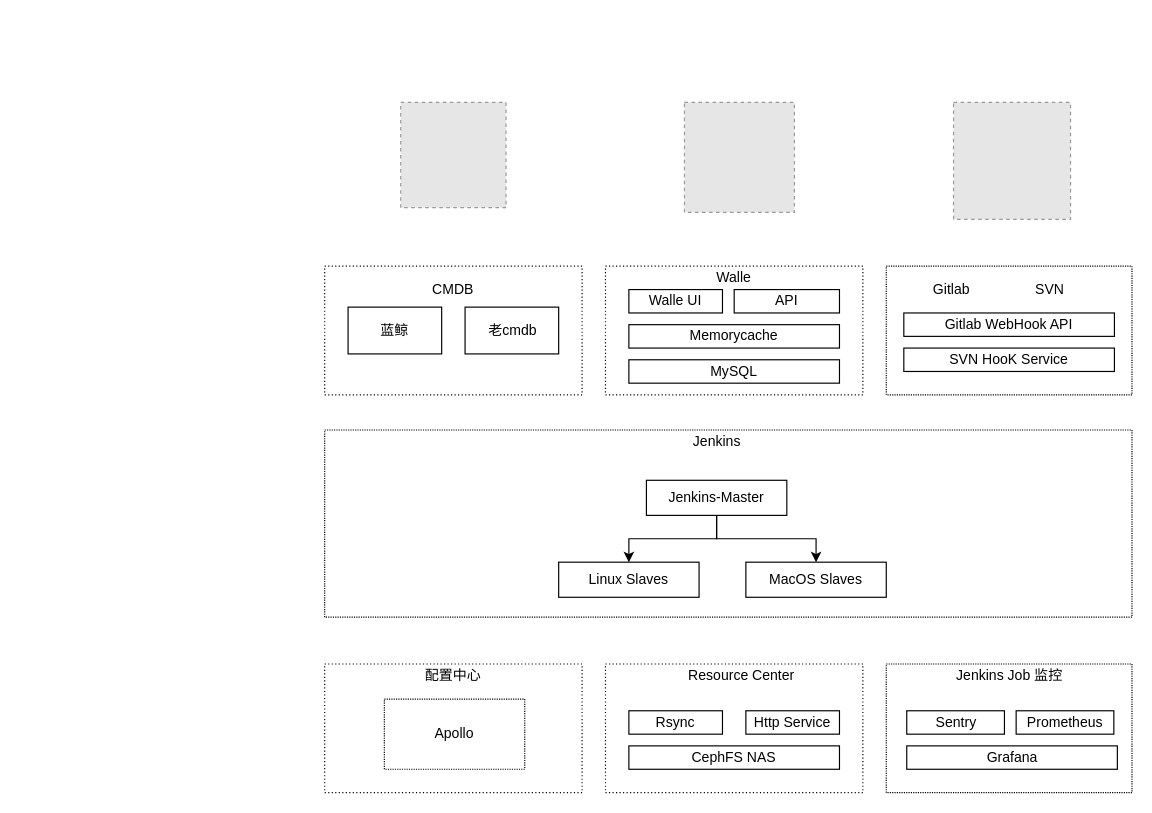
This is Untitled Diagram.drawio from Armand-zsh/huashan, a draw.io file, before an edit. Source tidied: cells renumbered, new cells numbered last; positions are measured from the earlier drawing's top-left corner, leaving out a move shared by most shapes. Both pictures are drawn from the tidied source at 117%, with x=0, y=0 at pixel (324, 102). Pictures stored in the file or linked from it are replaced by grey dashed boxes.
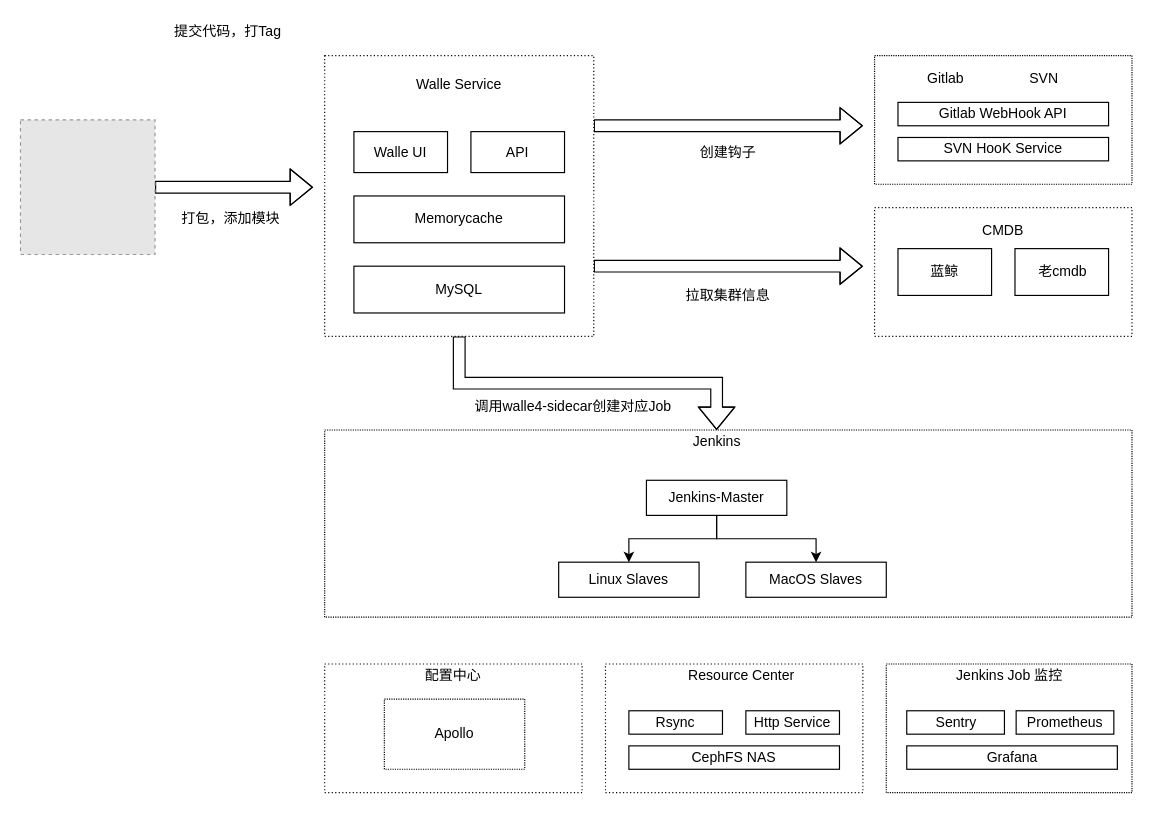
The same page after the edit.

The change refers to these unchanged cells:
```xml
<mxCell id="17" value="Jenkins" style="text;html=1;strokeColor=none;fillColor=none;align=center;verticalAlign=middle;whiteSpace=wrap;rounded=0;" parent="1" vertex="1">
  <mxGeometry x="307.5" y="280" width="55" height="20" as="geometry" />
</mxCell>
```

What changed in the source:
```diff
@@
     <mxCell id="2" style="rounded=0;whiteSpace=wrap;html=1;dashed=1;dashPattern=1 2;" parent="1" vertex="1">
-      <mxGeometry y="140" width="220" height="110" as="geometry" />
+      <mxGeometry x="470" y="90" width="220" height="110" as="geometry" />
     </mxCell>
     <mxCell id="3" style="rounded=0;whiteSpace=wrap;html=1;" parent="1" vertex="1">
-      <mxGeometry x="20" y="175" width="80" height="40" as="geometry" />
+      <mxGeometry x="490" y="125" width="80" height="40" as="geometry" />
     </mxCell>
     <mxCell id="4" style="rounded=0;whiteSpace=wrap;html=1;" parent="1" vertex="1">
-      <mxGeometry x="120" y="175" width="80" height="40" as="geometry" />
+      <mxGeometry x="590" y="125" width="80" height="40" as="geometry" />
     </mxCell>
     <mxCell id="5" value="CMDB" style="text;html=1;strokeColor=none;fillColor=none;align=center;verticalAlign=middle;whiteSpace=wrap;rounded=0;" parent="1" vertex="1">
-      <mxGeometry x="75" y="150" width="70" height="20" as="geometry" />
+      <mxGeometry x="545" y="100" width="70" height="20" as="geometry" />
     </mxCell>
     <mxCell id="6" value="蓝鲸" style="text;html=1;strokeColor=none;fillColor=none;align=center;verticalAlign=middle;whiteSpace=wrap;rounded=0;" parent="1" vertex="1">
-      <mxGeometry x="40" y="185" width="40" height="20" as="geometry" />
+      <mxGeometry x="510" y="135" width="40" height="20" as="geometry" />
     </mxCell>
     <mxCell id="7" value="老cmdb" style="text;html=1;strokeColor=none;fillColor=none;align=center;verticalAlign=middle;whiteSpace=wrap;rounded=0;" parent="1" vertex="1">
-      <mxGeometry x="136" y="185" width="50" height="20" as="geometry" />
+      <mxGeometry x="606" y="135" width="50" height="20" as="geometry" />
     </mxCell>
+    <mxCell id="42" style="edgeStyle=orthogonalEdgeStyle;shape=flexArrow;rounded=0;jettySize=auto;html=1;exitX=0.5;exitY=1;exitDx=0;exitDy=0;entryX=0.5;entryY=0;entryDx=0;entryDy=0;" parent="1" edge="1" source="8" target="17">
+      <mxGeometry relative="1" as="geometry" />
+    </mxCell>
+    <mxCell id="43" style="edgeStyle=orthogonalEdgeStyle;shape=flexArrow;rounded=0;jettySize=auto;html=1;exitX=1;exitY=0.25;exitDx=0;exitDy=0;" parent="1" edge="1" source="8">
+      <mxGeometry relative="1" as="geometry">
+        <mxPoint x="460" y="20" as="targetPoint" />
+      </mxGeometry>
+    </mxCell>
+    <mxCell id="44" style="edgeStyle=orthogonalEdgeStyle;shape=flexArrow;rounded=0;jettySize=auto;html=1;exitX=1;exitY=0.75;exitDx=0;exitDy=0;" parent="1" edge="1" source="8">
+      <mxGeometry relative="1" as="geometry">
+        <mxPoint x="460" y="140" as="targetPoint" />
+      </mxGeometry>
+    </mxCell>
     <mxCell id="8" style="rounded=0;whiteSpace=wrap;html=1;dashed=1;dashPattern=1 2;" parent="1" vertex="1">
-      <mxGeometry x="240" y="140" width="220" height="110" as="geometry" />
+      <mxGeometry y="-40" width="230" height="240" as="geometry" />
     </mxCell>
-    <mxCell id="9" value="Walle" style="text;html=1;strokeColor=none;fillColor=none;align=center;verticalAlign=middle;whiteSpace=wrap;rounded=0;" parent="1" vertex="1">
-      <mxGeometry x="315" y="140" width="70" height="20" as="geometry" />
+    <mxCell id="9" value="Walle Service" style="text;html=1;strokeColor=none;fillColor=none;align=center;verticalAlign=middle;whiteSpace=wrap;rounded=0;" parent="1" vertex="1">
+      <mxGeometry x="60" y="-30" width="110" height="30" as="geometry" />
     </mxCell>
     <mxCell id="10" value="Walle UI" style="rounded=0;whiteSpace=wrap;html=1;" parent="1" vertex="1">
-      <mxGeometry x="260" y="160" width="80" height="20" as="geometry" />
+      <mxGeometry x="25" y="25" width="80" height="35" as="geometry" />
     </mxCell>
     <mxCell id="11" value="MySQL" style="rounded=0;whiteSpace=wrap;html=1;" parent="1" vertex="1">
-      <mxGeometry x="260" y="220" width="180" height="20" as="geometry" />
+      <mxGeometry x="25" y="140" width="180" height="40" as="geometry" />
     </mxCell>
     <mxCell id="12" value="Memorycache" style="rounded=0;whiteSpace=wrap;html=1;" parent="1" vertex="1">
-      <mxGeometry x="260" y="190" width="180" height="20" as="geometry" />
+      <mxGeometry x="25" y="80" width="180" height="40" as="geometry" />
     </mxCell>
-    <mxCell id="13" value="API" style="rounded=0;whiteSpace=wrap;html=1;" parent="1" vertex="1">
-      <mxGeometry x="350" y="160" width="90" height="20" as="geometry" />
-    </mxCell>
     <mxCell id="14" style="rounded=0;whiteSpace=wrap;html=1;dashed=1;dashPattern=1 1;" parent="1" vertex="1">
-      <mxGeometry x="480" y="140" width="210" height="110" as="geometry" />
+      <mxGeometry x="470" y="-40" width="220" height="110" as="geometry" />
     </mxCell>
     <mxCell id="15" value="Gitlab" style="text;html=1;strokeColor=none;fillColor=none;align=center;verticalAlign=middle;whiteSpace=wrap;rounded=0;" parent="1" vertex="1">
-      <mxGeometry x="516" y="150" width="40" height="20" as="geometry" />
+      <mxGeometry x="511" y="-30" width="40" height="20" as="geometry" />
     </mxCell>
@@
     <mxCell id="23" value="SVN" style="text;html=1;strokeColor=none;fillColor=none;align=center;verticalAlign=middle;whiteSpace=wrap;rounded=0;" parent="1" vertex="1">
-      <mxGeometry x="600" y="150" width="40" height="20" as="geometry" />
+      <mxGeometry x="595" y="-30" width="40" height="20" as="geometry" />
     </mxCell>
     <mxCell id="24" value="SVN HooK Service" style="rounded=0;whiteSpace=wrap;html=1;" parent="1" vertex="1">
-      <mxGeometry x="495" y="210" width="180" height="20" as="geometry" />
+      <mxGeometry x="490" y="30" width="180" height="20" as="geometry" />
     </mxCell>
     <mxCell id="25" value="Gitlab WebHook API" style="rounded=0;whiteSpace=wrap;html=1;" parent="1" vertex="1">
-      <mxGeometry x="495" y="180" width="180" height="20" as="geometry" />
+      <mxGeometry x="490" width="180" height="20" as="geometry" />
     </mxCell>
@@
-    <mxCell id="35" style="fillColor=#E6E6E6;strokeColor=#999999;dashed=1;html=1;verticalAlign=top;verticalLabelPosition=bottom;labelBackgroundColor=#ffffff;" parent="1" vertex="1">
-      <mxGeometry x="537.5" width="100" height="100" as="geometry" />
-    </mxCell>
-    <mxCell id="36" style="fillColor=#E6E6E6;strokeColor=#999999;dashed=1;html=1;verticalAlign=top;verticalLabelPosition=bottom;labelBackgroundColor=#ffffff;" parent="1" vertex="1">
-      <mxGeometry x="65" width="90" height="90" as="geometry" />
-    </mxCell>
-    <mxCell id="37" style="fillColor=#E6E6E6;strokeColor=#999999;dashed=1;html=1;verticalAlign=top;verticalLabelPosition=bottom;labelBackgroundColor=#ffffff;" parent="1" vertex="1">
-      <mxGeometry x="307.5" width="94" height="94" as="geometry" />
-    </mxCell>
@@
+    <mxCell id="13" value="API" style="rounded=0;whiteSpace=wrap;html=1;" parent="1" vertex="1">
+      <mxGeometry x="125" y="25" width="80" height="35" as="geometry" />
+    </mxCell>
+    <mxCell id="45" style="edgeStyle=orthogonalEdgeStyle;shape=flexArrow;curved=1;rounded=0;jettySize=auto;html=1;" parent="1" edge="1" source="46">
+      <mxGeometry relative="1" as="geometry">
+        <mxPoint x="-10" y="72.5" as="targetPoint" />
+        <Array as="points">
+          <mxPoint x="-90" y="73" />
+          <mxPoint x="-90" y="73" />
+        </Array>
+      </mxGeometry>
+    </mxCell>
+    <mxCell id="46" style="fillColor=#E6E6E6;strokeColor=#999999;dashed=1;html=1;verticalAlign=top;verticalLabelPosition=bottom;labelBackgroundColor=#ffffff;" parent="1" vertex="1">
+      <mxGeometry x="-260" y="15" width="115" height="115" as="geometry" />
+    </mxCell>
+    <mxCell id="47" value="打包，添加模块" style="text;html=1;strokeColor=none;fillColor=none;align=center;verticalAlign=middle;whiteSpace=wrap;rounded=0;dashed=1;dashPattern=1 1;" parent="1" vertex="1">
+      <mxGeometry x="-130" y="90" width="100" height="20" as="geometry" />
+    </mxCell>
+    <mxCell id="48" value="提交代码，打Tag" style="text;html=1;strokeColor=none;fillColor=none;align=center;verticalAlign=middle;whiteSpace=wrap;rounded=0;dashed=1;dashPattern=1 1;" parent="1" vertex="1">
+      <mxGeometry x="-145" y="-70" width="125" height="20" as="geometry" />
+    </mxCell>
+    <mxCell id="49" value="调用walle4-sidecar创建对应Job" style="text;html=1;strokeColor=none;fillColor=none;align=center;verticalAlign=middle;whiteSpace=wrap;rounded=0;dashed=1;dashPattern=1 1;" parent="1" vertex="1">
+      <mxGeometry x="125" y="250" width="175" height="20" as="geometry" />
+    </mxCell>
+    <mxCell id="50" value="创建钩子" style="text;html=1;strokeColor=none;fillColor=none;align=center;verticalAlign=middle;whiteSpace=wrap;rounded=0;dashed=1;dashPattern=1 1;" parent="1" vertex="1">
+      <mxGeometry x="290" y="32.5" width="110" height="20" as="geometry" />
+    </mxCell>
+    <mxCell id="51" value="拉取集群信息" style="text;html=1;strokeColor=none;fillColor=none;align=center;verticalAlign=middle;whiteSpace=wrap;rounded=0;dashed=1;dashPattern=1 1;" parent="1" vertex="1">
+      <mxGeometry x="300" y="155" width="90" height="20" as="geometry" />
+    </mxCell>
```
